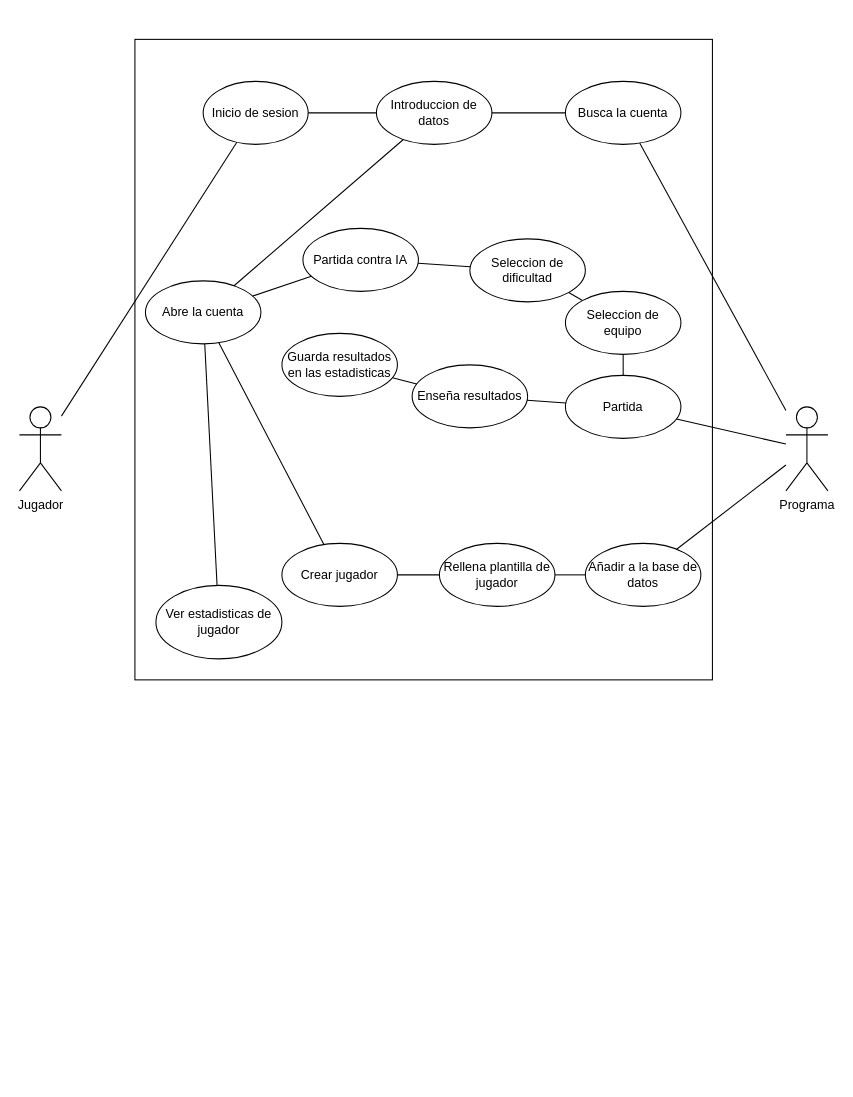
Above: Documentacion/Diagrama de uso.drawio in ManuLazaro/TrabajoProgramacion (draw.io), before the change. Source tidied: cells renumbered, new cells numbered last; positions are measured from the earlier drawing's top-left corner, leaving out a move shared by most shapes. Both pictures are drawn from the tidied source at 105%, with x=0, y=0 at pixel (19, 39).
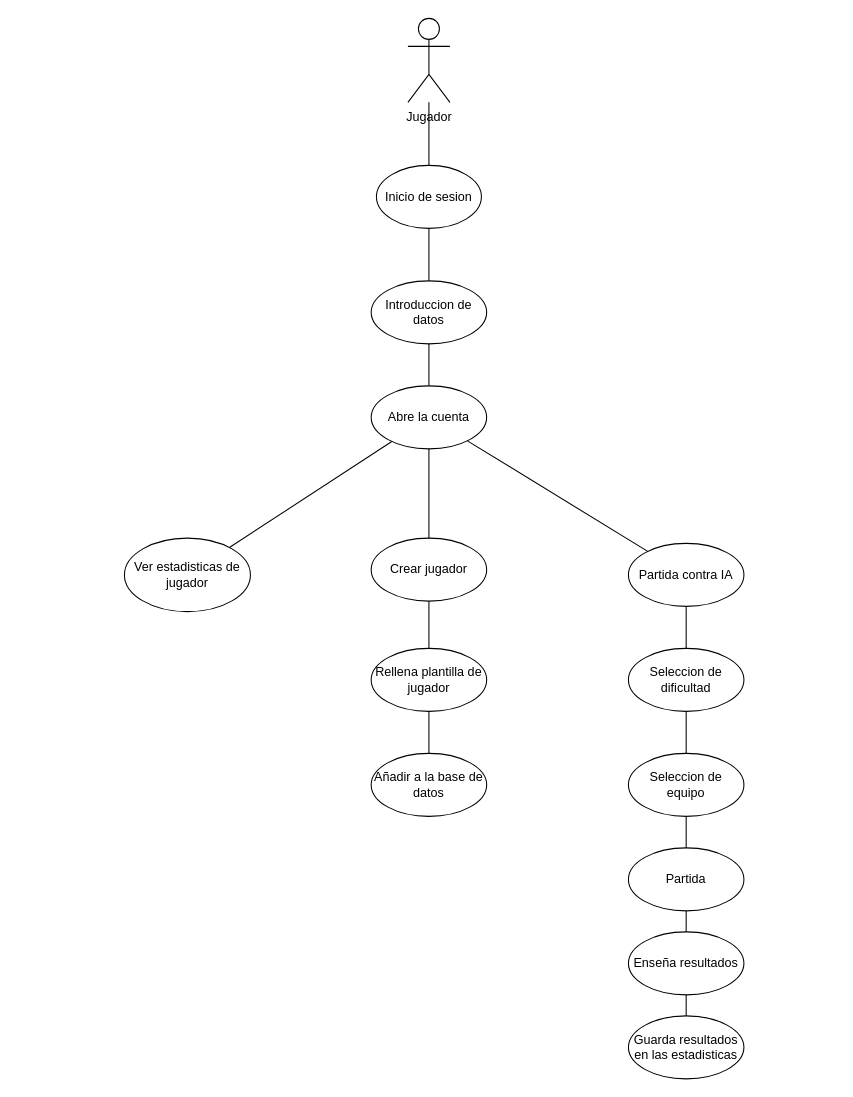
After the change.

Change to the diagram source:
```diff
@@
     <mxCell id="2" value="Jugador" style="shape=umlActor;verticalLabelPosition=bottom;verticalAlign=top;html=1;outlineConnect=0;" parent="1" vertex="1">
-      <mxGeometry y="350" width="40" height="80" as="geometry" />
+      <mxGeometry x="370" y="-20" width="40" height="80" as="geometry" />
     </mxCell>
-    <mxCell id="3" value="Programa" style="shape=umlActor;verticalLabelPosition=bottom;verticalAlign=top;html=1;outlineConnect=0;align=center;horizontal=1;" parent="1" vertex="1">
-      <mxGeometry x="730" y="350" width="40" height="80" as="geometry" />
-    </mxCell>
-    <mxCell id="4" style="rounded=0;whiteSpace=wrap;html=1;" parent="1" vertex="1">
-      <mxGeometry x="110" width="550" height="610" as="geometry" />
-    </mxCell>
     <mxCell id="5" value="Inicio de sesion" style="ellipse;whiteSpace=wrap;html=1;" parent="1" vertex="1">
-      <mxGeometry x="175" y="40" width="100" height="60" as="geometry" />
+      <mxGeometry x="340" y="120" width="100" height="60" as="geometry" />
     </mxCell>
     <mxCell id="6" value="Partida contra IA" style="ellipse;whiteSpace=wrap;html=1;" parent="1" vertex="1">
-      <mxGeometry x="270" y="180" width="110" height="60" as="geometry" />
+      <mxGeometry x="580" y="480" width="110" height="60" as="geometry" />
     </mxCell>
     <mxCell id="7" value="Crear jugador" style="ellipse;whiteSpace=wrap;html=1;" parent="1" vertex="1">
-      <mxGeometry x="250" y="480" width="110" height="60" as="geometry" />
+      <mxGeometry x="335" y="475" width="110" height="60" as="geometry" />
     </mxCell>
     <mxCell id="8" value="Ver estadisticas de jugador" style="ellipse;whiteSpace=wrap;html=1;" parent="1" vertex="1">
-      <mxGeometry x="130" y="520" width="120" height="70" as="geometry" />
+      <mxGeometry x="100" y="475" width="120" height="70" as="geometry" />
     </mxCell>
     <mxCell id="9" value="Introduccion de datos" style="ellipse;whiteSpace=wrap;html=1;" parent="1" vertex="1">
-      <mxGeometry x="340" y="40" width="110" height="60" as="geometry" />
+      <mxGeometry x="335" y="230" width="110" height="60" as="geometry" />
     </mxCell>
-    <mxCell id="10" value="Busca la cuenta" style="ellipse;whiteSpace=wrap;html=1;" parent="1" vertex="1">
-      <mxGeometry x="520" y="40" width="110" height="60" as="geometry" />
-    </mxCell>
     <mxCell id="11" value="Abre la cuenta" style="ellipse;whiteSpace=wrap;html=1;" parent="1" vertex="1">
-      <mxGeometry x="120" y="230" width="110" height="60" as="geometry" />
+      <mxGeometry x="335" y="330" width="110" height="60" as="geometry" />
     </mxCell>
     <mxCell id="12" value="Seleccion de dificultad" style="ellipse;whiteSpace=wrap;html=1;" parent="1" vertex="1">
-      <mxGeometry x="429" y="190" width="110" height="60" as="geometry" />
+      <mxGeometry x="580" y="580" width="110" height="60" as="geometry" />
     </mxCell>
     <mxCell id="13" value="Partida" style="ellipse;whiteSpace=wrap;html=1;" parent="1" vertex="1">
-      <mxGeometry x="520" y="320" width="110" height="60" as="geometry" />
+      <mxGeometry x="580" y="770" width="110" height="60" as="geometry" />
     </mxCell>
     <mxCell id="14" value="Rellena plantilla de jugador" style="ellipse;whiteSpace=wrap;html=1;" parent="1" vertex="1">
-      <mxGeometry x="400" y="480" width="110" height="60" as="geometry" />
+      <mxGeometry x="335" y="580" width="110" height="60" as="geometry" />
     </mxCell>
@@
-    <mxCell id="17" style="endArrow=none;html=1;rounded=0;" parent="1" edge="1" source="9" target="10">
-      <mxGeometry relative="1" as="geometry" />
-    </mxCell>
@@
-    <mxCell id="19" style="endArrow=none;html=1;rounded=0;" parent="1" edge="1" source="3" target="10">
-      <mxGeometry relative="1" as="geometry" />
-    </mxCell>
@@
     <mxCell id="26" value="Añadir a la base de datos" style="ellipse;whiteSpace=wrap;html=1;" parent="1" vertex="1">
-      <mxGeometry x="539" y="480" width="110" height="60" as="geometry" />
+      <mxGeometry x="335" y="680" width="110" height="60" as="geometry" />
     </mxCell>
@@
-    <mxCell id="28" style="endArrow=none;html=1;rounded=0;startArrow=none;" parent="1" edge="1" source="26" target="3">
-      <mxGeometry relative="1" as="geometry" />
-    </mxCell>
@@
     <mxCell id="30" value="Enseña resultados" style="ellipse;whiteSpace=wrap;html=1;" parent="1" vertex="1">
-      <mxGeometry x="374" y="310" width="110" height="60" as="geometry" />
+      <mxGeometry x="580" y="850" width="110" height="60" as="geometry" />
     </mxCell>
     <mxCell id="31" value="Guarda resultados en las estadisticas" style="ellipse;whiteSpace=wrap;html=1;" parent="1" vertex="1">
-      <mxGeometry x="250" y="280" width="110" height="60" as="geometry" />
+      <mxGeometry x="580" y="930" width="110" height="60" as="geometry" />
     </mxCell>
@@
-    <mxCell id="34" style="endArrow=none;html=1;rounded=0;" parent="1" edge="1" source="3" target="13">
-      <mxGeometry relative="1" as="geometry" />
-    </mxCell>
     <mxCell id="35" value="Seleccion de equipo" style="ellipse;whiteSpace=wrap;html=1;" parent="1" vertex="1">
-      <mxGeometry x="520" y="240" width="110" height="60" as="geometry" />
+      <mxGeometry x="580" y="680" width="110" height="60" as="geometry" />
     </mxCell>
```
